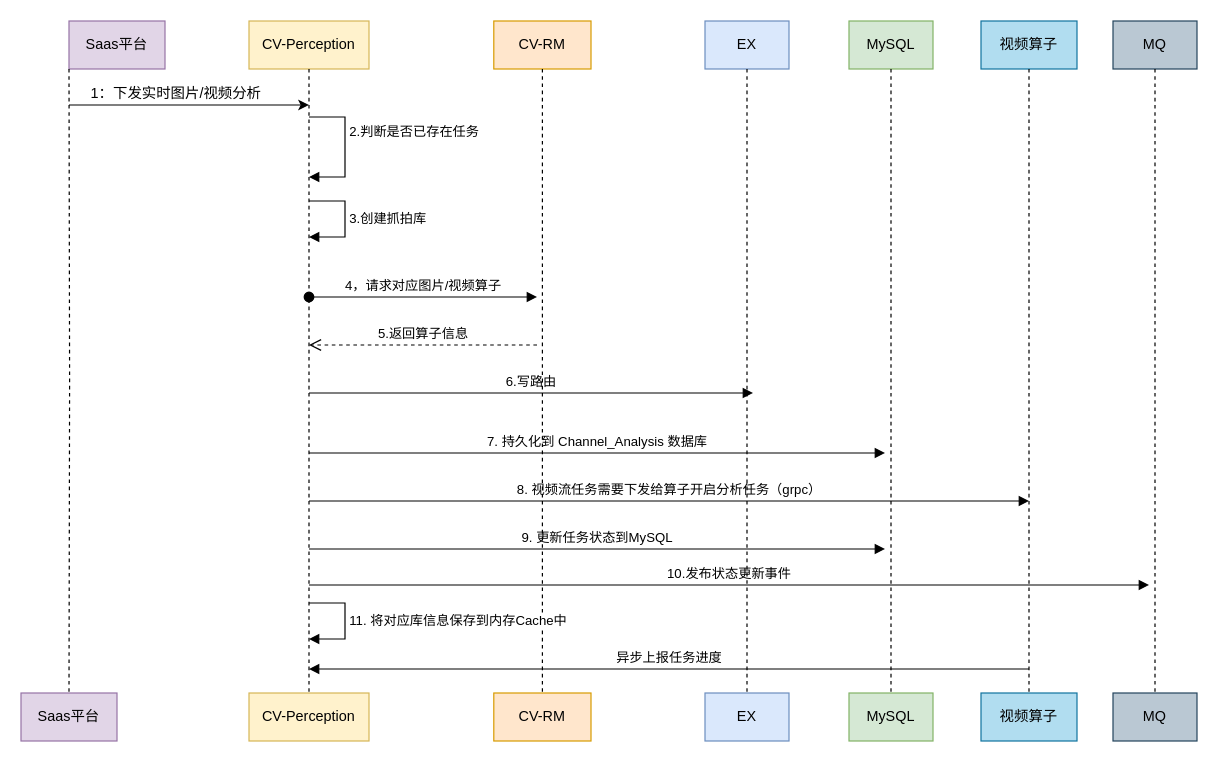
This is 3.通道分析/添加人脸分析-时序图.drawio from hao14293/drawio, a draw.io file, before an edit. Source tidied: cells renumbered, new cells numbered last; positions are measured from the earlier drawing's top-left corner, leaving out a move shared by most shapes. Both pictures are drawn from the tidied source at 120%, with x=0, y=0 at pixel (20, 20).
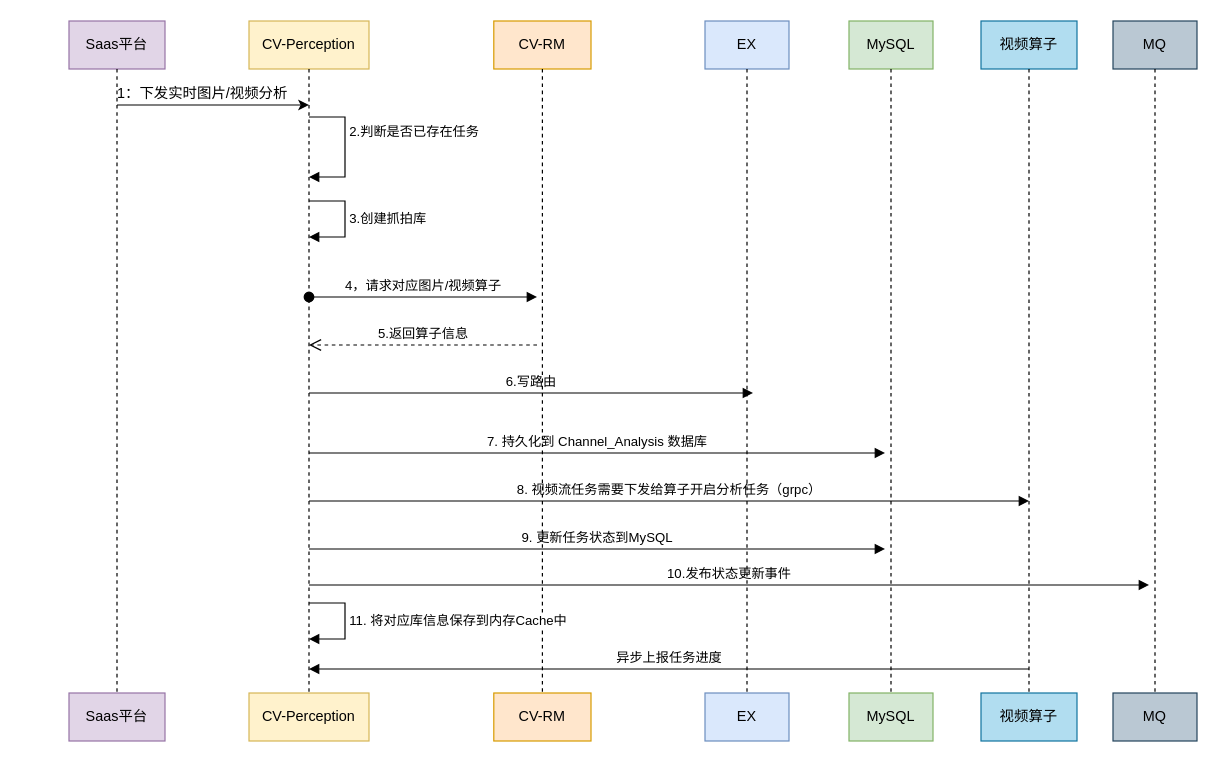
The same page after the edit.

Commit message:
更新添加人脸分析-时序图.drawio

Unchanged cells that the change refers to:
```xml
<mxCell id="2" style="group;" parent="1" vertex="1">
  <mxGeometry x="40" width="210" height="550" as="geometry" />
</mxCell>
<mxCell id="3" value="Saas平台" style="rounded=0;whiteSpace=wrap;html=1;fillColor=#e1d5e7;strokeColor=#9673a6;" parent="2" vertex="1">
  <mxGeometry width="80" height="40" as="geometry" />
</mxCell>
```

Diff of the diagram source:
```diff
@@
     <mxCell id="4" style="endArrow=classic;html=1;rounded=0;" parent="2" edge="1">
       <mxGeometry relative="1" as="geometry">
-        <mxPoint y="70" as="sourcePoint" />
+        <mxPoint x="40" y="70" as="sourcePoint" />
         <mxPoint x="200" y="70" as="targetPoint" />
       </mxGeometry>
     </mxCell>
@@
     <mxCell id="29" value="Saas平台" style="rounded=0;whiteSpace=wrap;html=1;fillColor=#e1d5e7;strokeColor=#9673a6;" parent="1" vertex="1">
-      <mxGeometry y="560" width="80" height="40" as="geometry" />
+      <mxGeometry x="40" y="560" width="80" height="40" as="geometry" />
     </mxCell>
-    <mxCell id="30" style="edgeStyle=orthogonalEdgeStyle;rounded=0;jettySize=auto;html=1;entryX=0.5;entryY=0;entryDx=0;entryDy=0;endArrow=none;endFill=0;dashed=1;" parent="1" edge="1" target="29">
-      <mxGeometry relative="1" as="geometry">
-        <mxPoint x="40" y="40" as="sourcePoint" />
-      </mxGeometry>
+    <mxCell id="30" style="edgeStyle=orthogonalEdgeStyle;rounded=0;jettySize=auto;html=1;entryX=0.5;entryY=0;entryDx=0;entryDy=0;endArrow=none;endFill=0;dashed=1;exitX=0.5;exitY=1;exitDx=0;exitDy=0;" parent="1" edge="1" source="3" target="29">
+      <mxGeometry relative="1" as="geometry" />
     </mxCell>
```
